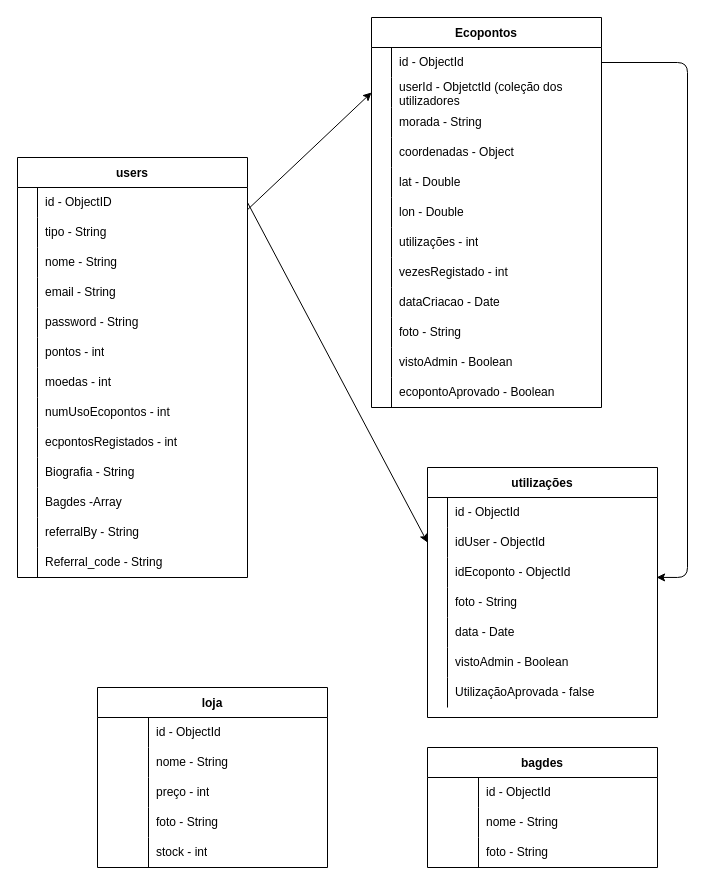
tiagopedrosa44/Backend_GeoRecycle keeps this draw.io diagram as bd.drawio. Above is the earlier version. Source tidied: cells renumbered, new cells numbered last; positions are measured from the earlier drawing's top-left corner, leaving out a move shared by most shapes. Both pictures are drawn from the tidied source at 100%, with x=0, y=0 at pixel (17, 17).
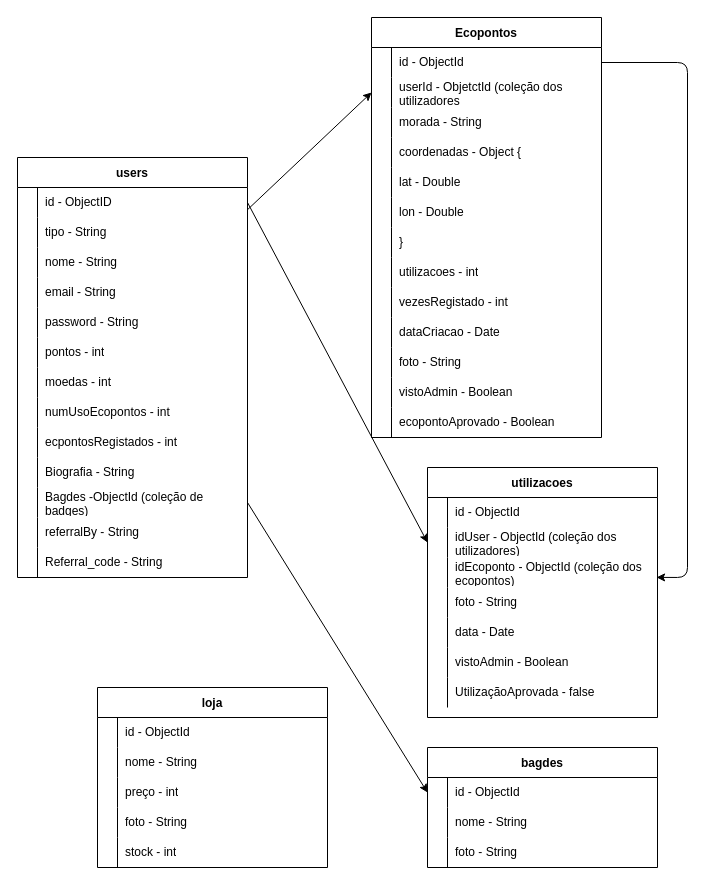
After the change.

The change refers to these unchanged cells:
```xml
<mxCell id="33" style="shape=tableRow;horizontal=0;startSize=0;swimlaneHead=0;swimlaneBody=0;top=0;left=0;bottom=0;right=0;fillColor=none;points=[[0,0.5],[1,0.5]];portConstraint=eastwest;" parent="2" vertex="1">
  <mxGeometry y="330" width="230" height="30" as="geometry" />
</mxCell>
<mxCell id="46" style="shape=tableRow;horizontal=0;startSize=0;swimlaneHead=0;swimlaneBody=0;top=0;left=0;bottom=0;right=0;fillColor=none;points=[[0,0.5],[1,0.5]];portConstraint=eastwest;" parent="42" vertex="1">
  <mxGeometry y="60" width="230" height="30" as="geometry" />
</mxCell>
<mxCell id="49" style="shape=tableRow;horizontal=0;startSize=0;swimlaneHead=0;swimlaneBody=0;top=0;left=0;bottom=0;right=0;fillColor=none;points=[[0,0.5],[1,0.5]];portConstraint=eastwest;" parent="42" vertex="1">
  <mxGeometry y="90" width="230" height="30" as="geometry" />
</mxCell>
<mxCell id="74" style="shape=tableRow;horizontal=0;startSize=0;swimlaneHead=0;swimlaneBody=0;top=0;left=0;bottom=0;right=0;fillColor=none;" parent="64" vertex="1">
  <mxGeometry y="120" width="230" height="30" as="geometry" />
</mxCell>
<mxCell id="102" style="shape=tableRow;horizontal=0;startSize=0;swimlaneHead=0;swimlaneBody=0;top=0;left=0;bottom=0;right=0;fillColor=none;" parent="101" vertex="1">
  <mxGeometry y="30" width="230" height="30" as="geometry" />
</mxCell>
<mxCell id="105" style="shape=tableRow;horizontal=0;startSize=0;swimlaneHead=0;swimlaneBody=0;top=0;left=0;bottom=0;right=0;fillColor=none;" parent="101" vertex="1">
  <mxGeometry y="60" width="230" height="30" as="geometry" />
</mxCell>
<mxCell id="108" style="shape=tableRow;horizontal=0;startSize=0;swimlaneHead=0;swimlaneBody=0;top=0;left=0;bottom=0;right=0;fillColor=none;" parent="101" vertex="1">
  <mxGeometry y="90" width="230" height="30" as="geometry" />
</mxCell>
<mxCell id="111" style="shape=tableRow;horizontal=0;startSize=0;swimlaneHead=0;swimlaneBody=0;top=0;left=0;bottom=0;right=0;fillColor=none;" parent="101" vertex="1">
  <mxGeometry y="120" width="230" height="30" as="geometry" />
</mxCell>
<mxCell id="114" style="shape=tableRow;horizontal=0;startSize=0;swimlaneHead=0;swimlaneBody=0;top=0;left=0;bottom=0;right=0;fillColor=none;" parent="101" vertex="1">
  <mxGeometry y="150" width="230" height="30" as="geometry" />
</mxCell>
<mxCell id="118" style="shape=tableRow;horizontal=0;startSize=0;swimlaneHead=0;swimlaneBody=0;top=0;left=0;bottom=0;right=0;fillColor=none;points=[[0,0.5],[1,0.5]];portConstraint=eastwest;" parent="117" vertex="1">
  <mxGeometry y="30" width="230" height="30" as="geometry" />
</mxCell>
<mxCell id="121" style="shape=tableRow;horizontal=0;startSize=0;swimlaneHead=0;swimlaneBody=0;top=0;left=0;bottom=0;right=0;fillColor=none;" parent="117" vertex="1">
  <mxGeometry y="60" width="230" height="30" as="geometry" />
</mxCell>
<mxCell id="124" style="shape=tableRow;horizontal=0;startSize=0;swimlaneHead=0;swimlaneBody=0;top=0;left=0;bottom=0;right=0;fillColor=none;" parent="117" vertex="1">
  <mxGeometry y="90" width="230" height="30" as="geometry" />
</mxCell>
```

What changed in the source:
```diff
@@
-    <mxCell id="35" value="Bagdes -Array" style="shape=partialRectangle;html=1;whiteSpace=wrap;fillColor=none;top=0;left=0;bottom=0;right=0;align=left;spacingLeft=6;overflow=hidden;" parent="33" vertex="1">
+    <mxCell id="35" value="Bagdes -ObjectId (coleção de badges)" style="shape=partialRectangle;html=1;whiteSpace=wrap;fillColor=none;top=0;left=0;bottom=0;right=0;align=left;spacingLeft=6;overflow=hidden;" parent="33" vertex="1">
       <mxGeometry x="20" width="210" height="30" as="geometry" />
     </mxCell>
@@
-    <mxCell id="42" value="utilizações" style="shape=table;startSize=30;childLayout=tableLayout;rowLines=0;fontStyle=1;" parent="1" vertex="1">
+    <mxCell id="42" value="utilizacoes" style="shape=table;startSize=30;childLayout=tableLayout;rowLines=0;fontStyle=1;" parent="1" vertex="1">
       <mxGeometry x="410" y="450" width="230" height="250" as="geometry" />
     </mxCell>
@@
-    <mxCell id="48" value="idUser - ObjectId" style="shape=partialRectangle;html=1;whiteSpace=wrap;fillColor=none;top=0;left=0;bottom=0;right=0;align=left;spacingLeft=6;overflow=hidden;" parent="46" vertex="1">
+    <mxCell id="48" value="idUser - ObjectId (coleção dos utilizadores)" style="shape=partialRectangle;html=1;whiteSpace=wrap;fillColor=none;top=0;left=0;bottom=0;right=0;align=left;spacingLeft=6;overflow=hidden;" parent="46" vertex="1">
       <mxGeometry x="20" width="210" height="30" as="geometry" />
     </mxCell>
@@
-    <mxCell id="51" value="idEcoponto - ObjectId" style="shape=partialRectangle;html=1;whiteSpace=wrap;fillColor=none;top=0;left=0;bottom=0;right=0;align=left;spacingLeft=6;overflow=hidden;" parent="49" vertex="1">
+    <mxCell id="51" value="idEcoponto - ObjectId (coleção dos ecopontos)" style="shape=partialRectangle;html=1;whiteSpace=wrap;fillColor=none;top=0;left=0;bottom=0;right=0;align=left;spacingLeft=6;overflow=hidden;" parent="49" vertex="1">
       <mxGeometry x="20" width="210" height="30" as="geometry" />
     </mxCell>
@@
     <mxCell id="64" value="Ecopontos" style="shape=table;startSize=30;childLayout=tableLayout;rowLines=0;fontStyle=1;" parent="1" vertex="1">
-      <mxGeometry x="354" width="230" height="390" as="geometry" />
+      <mxGeometry x="354" width="230" height="420" as="geometry" />
     </mxCell>
@@
-    <mxCell id="76" value="coordenadas - Object" style="shape=partialRectangle;html=1;whiteSpace=wrap;fillColor=none;top=0;left=0;bottom=0;right=0;align=left;spacingLeft=6;overflow=hidden;" parent="74" vertex="1">
+    <mxCell id="76" value="coordenadas - Object {" style="shape=partialRectangle;html=1;whiteSpace=wrap;fillColor=none;top=0;left=0;bottom=0;right=0;align=left;spacingLeft=6;overflow=hidden;" parent="74" vertex="1">
       <mxGeometry x="20" width="210" height="30" as="geometry" />
     </mxCell>
@@
+    <mxCell id="130" style="shape=tableRow;horizontal=0;startSize=0;swimlaneHead=0;swimlaneBody=0;top=0;left=0;bottom=0;right=0;fillColor=none;" parent="64" vertex="1">
+      <mxGeometry y="210" width="230" height="30" as="geometry" />
+    </mxCell>
+    <mxCell id="131" style="shape=partialRectangle;html=1;whiteSpace=wrap;fillColor=none;top=0;left=0;bottom=0;right=0;overflow=hidden;" parent="130" vertex="1">
+      <mxGeometry width="20" height="30" as="geometry" />
+    </mxCell>
+    <mxCell id="132" value="}" style="shape=partialRectangle;html=1;whiteSpace=wrap;fillColor=none;top=0;left=0;bottom=0;right=0;align=left;spacingLeft=6;overflow=hidden;" parent="130" vertex="1">
+      <mxGeometry x="20" width="210" height="30" as="geometry" />
+    </mxCell>
     <mxCell id="83" style="shape=tableRow;horizontal=0;startSize=0;swimlaneHead=0;swimlaneBody=0;top=0;left=0;bottom=0;right=0;fillColor=none;" parent="64" vertex="1">
-      <mxGeometry y="210" width="230" height="30" as="geometry" />
+      <mxGeometry y="240" width="230" height="30" as="geometry" />
     </mxCell>
@@
-    <mxCell id="85" value="utilizações - int" style="shape=partialRectangle;html=1;whiteSpace=wrap;fillColor=none;top=0;left=0;bottom=0;right=0;align=left;spacingLeft=6;overflow=hidden;" parent="83" vertex="1">
+    <mxCell id="85" value="utilizacoes - int" style="shape=partialRectangle;html=1;whiteSpace=wrap;fillColor=none;top=0;left=0;bottom=0;right=0;align=left;spacingLeft=6;overflow=hidden;" parent="83" vertex="1">
       <mxGeometry x="20" width="210" height="30" as="geometry" />
     </mxCell>
     <mxCell id="86" style="shape=tableRow;horizontal=0;startSize=0;swimlaneHead=0;swimlaneBody=0;top=0;left=0;bottom=0;right=0;fillColor=none;" parent="64" vertex="1">
-      <mxGeometry y="240" width="230" height="30" as="geometry" />
+      <mxGeometry y="270" width="230" height="30" as="geometry" />
     </mxCell>
@@
     <mxCell id="89" style="shape=tableRow;horizontal=0;startSize=0;swimlaneHead=0;swimlaneBody=0;top=0;left=0;bottom=0;right=0;fillColor=none;" parent="64" vertex="1">
-      <mxGeometry y="270" width="230" height="30" as="geometry" />
+      <mxGeometry y="300" width="230" height="30" as="geometry" />
     </mxCell>
@@
     <mxCell id="92" style="shape=tableRow;horizontal=0;startSize=0;swimlaneHead=0;swimlaneBody=0;top=0;left=0;bottom=0;right=0;fillColor=none;" parent="64" vertex="1">
-      <mxGeometry y="300" width="230" height="30" as="geometry" />
+      <mxGeometry y="330" width="230" height="30" as="geometry" />
     </mxCell>
@@
     <mxCell id="95" style="shape=tableRow;horizontal=0;startSize=0;swimlaneHead=0;swimlaneBody=0;top=0;left=0;bottom=0;right=0;fillColor=none;" parent="64" vertex="1">
-      <mxGeometry y="330" width="230" height="30" as="geometry" />
+      <mxGeometry y="360" width="230" height="30" as="geometry" />
     </mxCell>
@@
     <mxCell id="98" style="shape=tableRow;horizontal=0;startSize=0;swimlaneHead=0;swimlaneBody=0;top=0;left=0;bottom=0;right=0;fillColor=none;" parent="64" vertex="1">
-      <mxGeometry y="360" width="230" height="30" as="geometry" />
+      <mxGeometry y="390" width="230" height="30" as="geometry" />
     </mxCell>
@@
     <mxCell id="103" style="shape=partialRectangle;html=1;whiteSpace=wrap;fillColor=none;top=0;left=0;bottom=0;right=0;overflow=hidden;" parent="102" vertex="1">
-      <mxGeometry width="51" height="30" as="geometry" />
+      <mxGeometry width="20" height="30" as="geometry" />
     </mxCell>
     <mxCell id="104" value="id - ObjectId" style="shape=partialRectangle;html=1;whiteSpace=wrap;fillColor=none;top=0;left=0;bottom=0;right=0;align=left;spacingLeft=6;overflow=hidden;" parent="102" vertex="1">
-      <mxGeometry x="51" width="179" height="30" as="geometry" />
+      <mxGeometry x="20" width="210" height="30" as="geometry" />
     </mxCell>
@@
     <mxCell id="106" style="shape=partialRectangle;html=1;whiteSpace=wrap;fillColor=none;top=0;left=0;bottom=0;right=0;overflow=hidden;" parent="105" vertex="1">
-      <mxGeometry width="51" height="30" as="geometry" />
+      <mxGeometry width="20" height="30" as="geometry" />
     </mxCell>
     <mxCell id="107" value="nome - String" style="shape=partialRectangle;html=1;whiteSpace=wrap;fillColor=none;top=0;left=0;bottom=0;right=0;align=left;spacingLeft=6;overflow=hidden;" parent="105" vertex="1">
-      <mxGeometry x="51" width="179" height="30" as="geometry" />
+      <mxGeometry x="20" width="210" height="30" as="geometry" />
     </mxCell>
@@
     <mxCell id="109" style="shape=partialRectangle;html=1;whiteSpace=wrap;fillColor=none;top=0;left=0;bottom=0;right=0;overflow=hidden;" parent="108" vertex="1">
-      <mxGeometry width="51" height="30" as="geometry" />
+      <mxGeometry width="20" height="30" as="geometry" />
     </mxCell>
     <mxCell id="110" value="preço - int" style="shape=partialRectangle;html=1;whiteSpace=wrap;fillColor=none;top=0;left=0;bottom=0;right=0;align=left;spacingLeft=6;overflow=hidden;" parent="108" vertex="1">
-      <mxGeometry x="51" width="179" height="30" as="geometry" />
+      <mxGeometry x="20" width="210" height="30" as="geometry" />
     </mxCell>
@@
     <mxCell id="112" style="shape=partialRectangle;html=1;whiteSpace=wrap;fillColor=none;top=0;left=0;bottom=0;right=0;overflow=hidden;" parent="111" vertex="1">
-      <mxGeometry width="51" height="30" as="geometry" />
+      <mxGeometry width="20" height="30" as="geometry" />
     </mxCell>
     <mxCell id="113" value="foto - String" style="shape=partialRectangle;html=1;whiteSpace=wrap;fillColor=none;top=0;left=0;bottom=0;right=0;align=left;spacingLeft=6;overflow=hidden;" parent="111" vertex="1">
-      <mxGeometry x="51" width="179" height="30" as="geometry" />
+      <mxGeometry x="20" width="210" height="30" as="geometry" />
     </mxCell>
@@
     <mxCell id="115" style="shape=partialRectangle;html=1;whiteSpace=wrap;fillColor=none;top=0;left=0;bottom=0;right=0;overflow=hidden;" parent="114" vertex="1">
-      <mxGeometry width="51" height="30" as="geometry" />
+      <mxGeometry width="20" height="30" as="geometry" />
     </mxCell>
     <mxCell id="116" value="stock - int" style="shape=partialRectangle;html=1;whiteSpace=wrap;fillColor=none;top=0;left=0;bottom=0;right=0;align=left;spacingLeft=6;overflow=hidden;" parent="114" vertex="1">
-      <mxGeometry x="51" width="179" height="30" as="geometry" />
+      <mxGeometry x="20" width="210" height="30" as="geometry" />
     </mxCell>
@@
     <mxCell id="119" style="shape=partialRectangle;html=1;whiteSpace=wrap;fillColor=none;top=0;left=0;bottom=0;right=0;overflow=hidden;" parent="118" vertex="1">
-      <mxGeometry width="51" height="30" as="geometry" />
+      <mxGeometry width="20" height="30" as="geometry" />
     </mxCell>
     <mxCell id="120" value="id - ObjectId" style="shape=partialRectangle;html=1;whiteSpace=wrap;fillColor=none;top=0;left=0;bottom=0;right=0;align=left;spacingLeft=6;overflow=hidden;" parent="118" vertex="1">
-      <mxGeometry x="51" width="179" height="30" as="geometry" />
+      <mxGeometry x="20" width="210" height="30" as="geometry" />
     </mxCell>
@@
     <mxCell id="122" style="shape=partialRectangle;html=1;whiteSpace=wrap;fillColor=none;top=0;left=0;bottom=0;right=0;overflow=hidden;" parent="121" vertex="1">
-      <mxGeometry width="51" height="30" as="geometry" />
+      <mxGeometry width="20" height="30" as="geometry" />
     </mxCell>
     <mxCell id="123" value="nome - String" style="shape=partialRectangle;html=1;whiteSpace=wrap;fillColor=none;top=0;left=0;bottom=0;right=0;align=left;spacingLeft=6;overflow=hidden;" parent="121" vertex="1">
-      <mxGeometry x="51" width="179" height="30" as="geometry" />
+      <mxGeometry x="20" width="210" height="30" as="geometry" />
     </mxCell>
@@
     <mxCell id="125" style="shape=partialRectangle;html=1;whiteSpace=wrap;fillColor=none;top=0;left=0;bottom=0;right=0;overflow=hidden;" parent="124" vertex="1">
-      <mxGeometry width="51" height="30" as="geometry" />
+      <mxGeometry width="20" height="30" as="geometry" />
     </mxCell>
     <mxCell id="126" value="foto - String" style="shape=partialRectangle;html=1;whiteSpace=wrap;fillColor=none;top=0;left=0;bottom=0;right=0;align=left;spacingLeft=6;overflow=hidden;" parent="124" vertex="1">
-      <mxGeometry x="51" width="179" height="30" as="geometry" />
+      <mxGeometry x="20" width="210" height="30" as="geometry" />
     </mxCell>
@@
+    <mxCell id="133" style="endArrow=classic;html=1;exitX=1;exitY=0.5;exitDx=0;exitDy=0;entryX=0;entryY=0.5;entryDx=0;entryDy=0;" parent="1" edge="1" source="33" target="118">
+      <mxGeometry relative="1" as="geometry" />
+    </mxCell>
```
